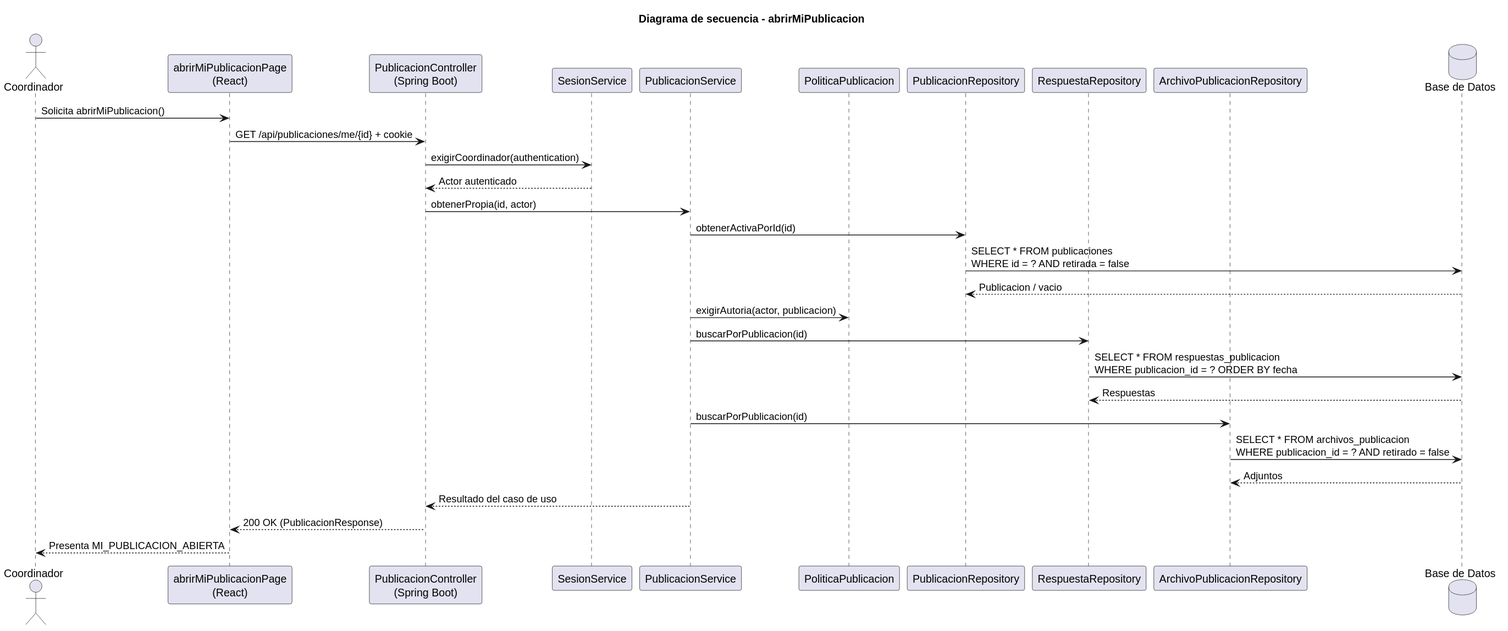
Earlier version of the PlantUML export images/RUP/02-diseño/casos-uso/coordinador/abrirMiPublicacion/secuencia.svg (beatriizorozco/25-26-idsw2-sdVC). Source of this version:
```plantuml
@startuml
title Diagrama de secuencia - abrirMiPublicacion
actor Coordinador
participant "abrirMiPublicacionPage\n(React)" as Frontend
participant "PublicacionController\n(Spring Boot)" as Api
participant "SesionService" as Sesion
participant "PublicacionService" as Service
participant "PoliticaPublicacion" as Policy
participant "PublicacionRepository" as Repo
participant "RespuestaRepository" as RespRepo
participant "ArchivoPublicacionRepository" as ArchivoRepo
database "Base de Datos" as DB

Coordinador -> Frontend: Solicita abrirMiPublicacion()
Frontend -> Api: GET /api/publicaciones/me/{id} + cookie
Api -> Sesion: exigirCoordinador(authentication)
Sesion --> Api: Actor autenticado
Api -> Service: obtenerPropia(id, actor)
Service -> Repo: obtenerActivaPorId(id)
Repo -> DB: SELECT * FROM publicaciones\nWHERE id = ? AND retirada = false
DB --> Repo: Publicacion / vacio
Service -> Policy: exigirAutoria(actor, publicacion)
Service -> RespRepo: buscarPorPublicacion(id)
RespRepo -> DB: SELECT * FROM respuestas_publicacion\nWHERE publicacion_id = ? ORDER BY fecha
DB --> RespRepo: Respuestas
Service -> ArchivoRepo: buscarPorPublicacion(id)
ArchivoRepo -> DB: SELECT * FROM archivos_publicacion\nWHERE publicacion_id = ? AND retirado = false
DB --> ArchivoRepo: Adjuntos
Service --> Api: Resultado del caso de uso
Api --> Frontend: 200 OK (PublicacionResponse)
Frontend --> Coordinador: Presenta MI_PUBLICACION_ABIERTA
@enduml
```
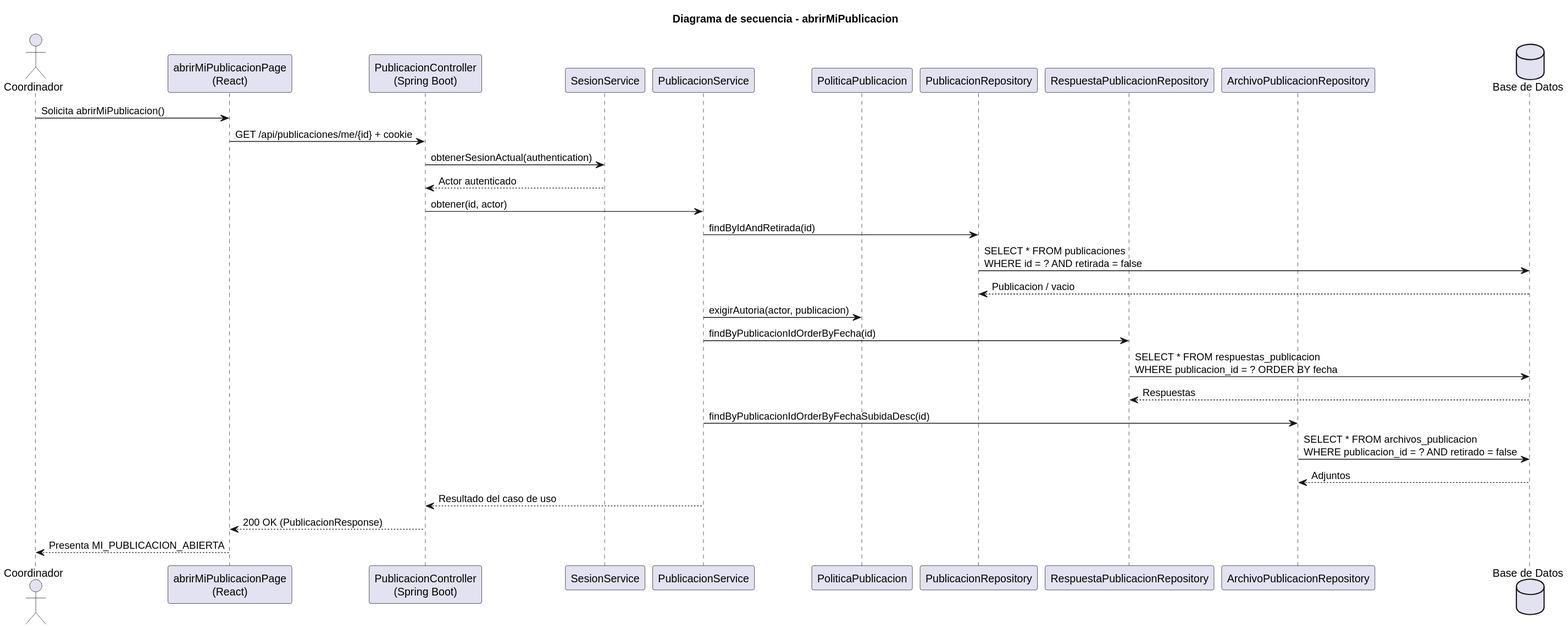
Later version of the same file.

The edit, as a diff of the source:
```diff
@@ -7,23 +7,23 @@
 participant "PublicacionService" as Service
 participant "PoliticaPublicacion" as Policy
 participant "PublicacionRepository" as Repo
-participant "RespuestaRepository" as RespRepo
+participant "RespuestaPublicacionRepository" as RespRepo
 participant "ArchivoPublicacionRepository" as ArchivoRepo
 database "Base de Datos" as DB
 
 Coordinador -> Frontend: Solicita abrirMiPublicacion()
 Frontend -> Api: GET /api/publicaciones/me/{id} + cookie
-Api -> Sesion: exigirCoordinador(authentication)
+Api -> Sesion: obtenerSesionActual(authentication)
 Sesion --> Api: Actor autenticado
-Api -> Service: obtenerPropia(id, actor)
-Service -> Repo: obtenerActivaPorId(id)
+Api -> Service: obtener(id, actor)
+Service -> Repo: findByIdAndRetirada(id)
 Repo -> DB: SELECT * FROM publicaciones\nWHERE id = ? AND retirada = false
 DB --> Repo: Publicacion / vacio
 Service -> Policy: exigirAutoria(actor, publicacion)
-Service -> RespRepo: buscarPorPublicacion(id)
+Service -> RespRepo: findByPublicacionIdOrderByFecha(id)
 RespRepo -> DB: SELECT * FROM respuestas_publicacion\nWHERE publicacion_id = ? ORDER BY fecha
 DB --> RespRepo: Respuestas
-Service -> ArchivoRepo: buscarPorPublicacion(id)
+Service -> ArchivoRepo: findByPublicacionIdOrderByFechaSubidaDesc(id)
 ArchivoRepo -> DB: SELECT * FROM archivos_publicacion\nWHERE publicacion_id = ? AND retirado = false
 DB --> ArchivoRepo: Adjuntos
 Service --> Api: Resultado del caso de uso
```
